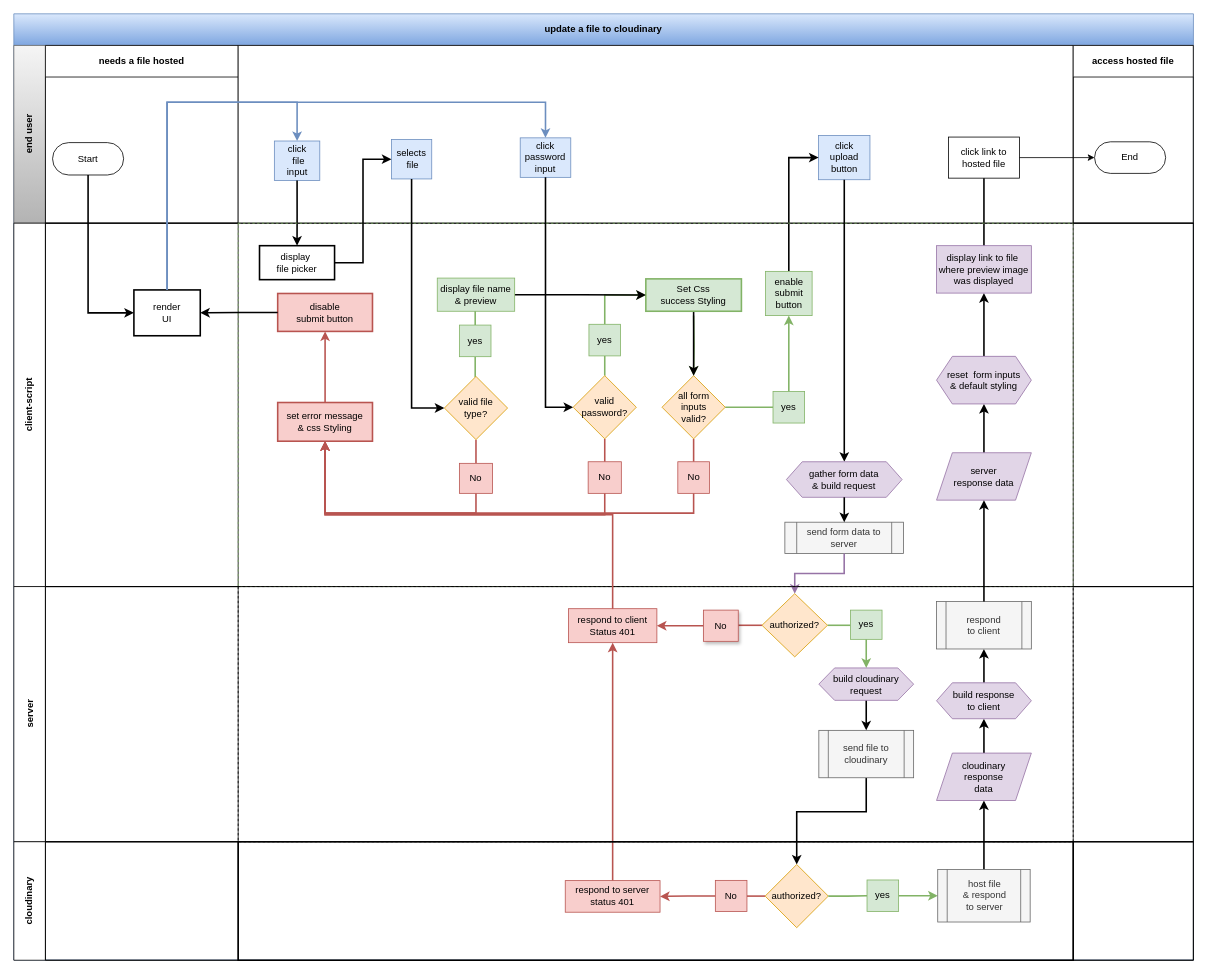
This is process.drawio from samuelfox1/cloudinary-multer-multimedia-uploader, a draw.io file, before an edit. Source tidied: cells renumbered, new cells numbered last; positions are measured from the earlier drawing's top-left corner, leaving out a move shared by most shapes. Both pictures are drawn from the tidied source at 79%, with x=0, y=0 at pixel (13, 13).
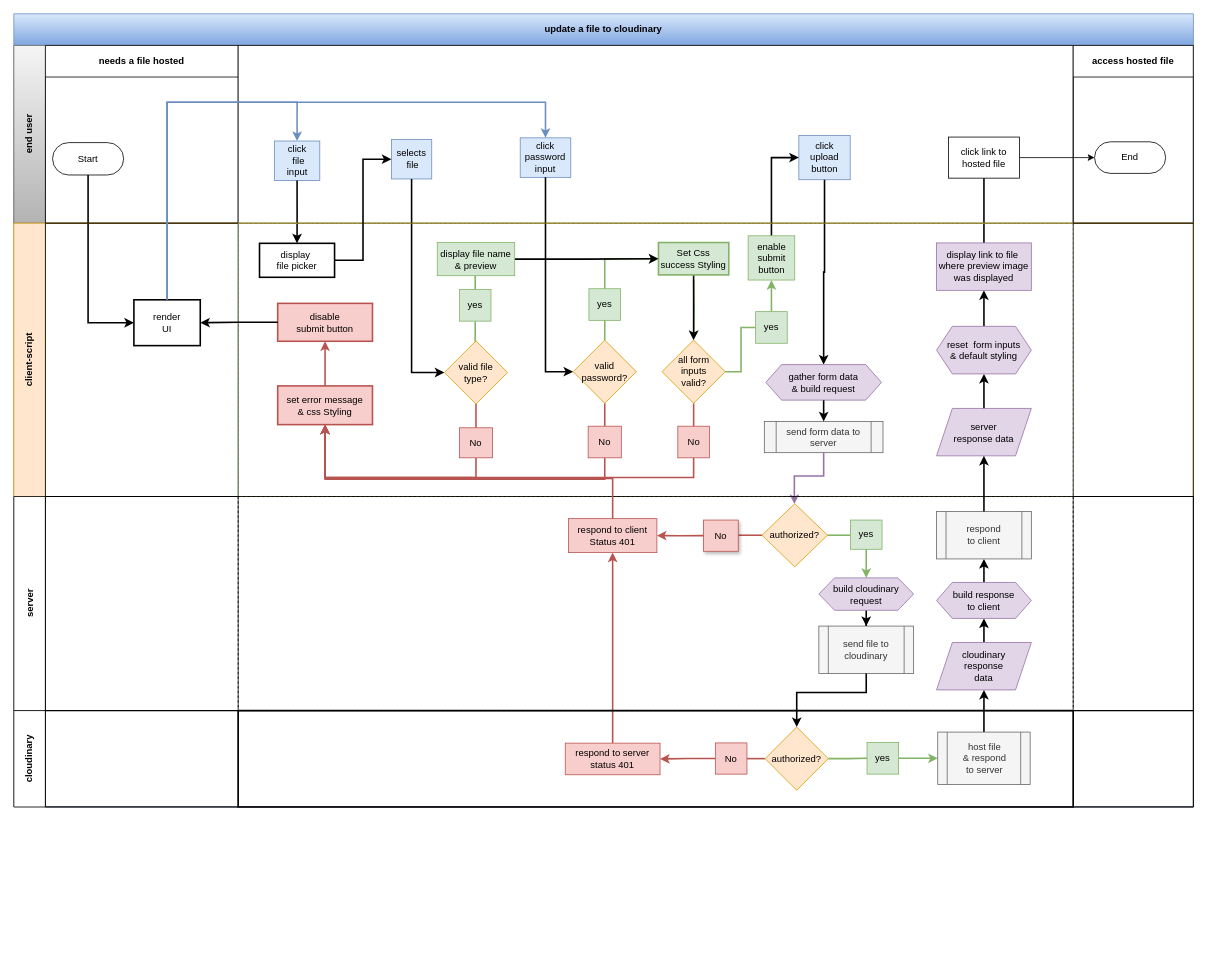
The same page after the edit.

The change refers to these unchanged cells:
```xml
<mxCell id="6" style="swimlane;startSize=225;html=1;whiteSpace=wrap;swimlaneLine=1;shadow=0;" parent="3" vertex="1">
  <mxGeometry x="284" width="1057" height="225" as="geometry" />
</mxCell>
<mxCell id="76" value="authorized?" style="rhombus;whiteSpace=wrap;html=1;rounded=0;shadow=0;glass=0;sketch=0;fillColor=#ffe6cc;strokeColor=#d79b00;" parent="73" vertex="1">
  <mxGeometry x="663" y="9" width="83" height="80" as="geometry" />
</mxCell>
<mxCell id="81" value="respond to client&lt;br&gt;Status 401" style="whiteSpace=wrap;html=1;fillColor=#f8cecc;strokeColor=#b85450;" parent="73" vertex="1">
  <mxGeometry x="418" y="28" width="112" height="43" as="geometry" />
</mxCell>
```

Diff of the diagram source:
```diff
@@
     <mxCell id="2" value="update a file to cloudinary" style="shape=table;childLayout=tableLayout;rowLines=0;columnLines=0;startSize=40;html=1;whiteSpace=wrap;fontStyle=1;strokeWidth=1;fillColor=#dae8fc;strokeColor=#6c8ebf;gradientColor=#7ea6e0;" parent="1" vertex="1">
-      <mxGeometry width="1493.2" height="1197.7" as="geometry" />
+      <mxGeometry width="1493.2" height="1003.6" as="geometry" />
     </mxCell>
@@
     <mxCell id="9" value="click &lt;br&gt;upload &lt;br&gt;button" style="rounded=0;whiteSpace=wrap;html=1;fillColor=#dae8fc;strokeColor=#6c8ebf;" parent="6" vertex="1">
-      <mxGeometry x="734.7" y="114" width="65" height="56" as="geometry" />
+      <mxGeometry x="709.7" y="114" width="65" height="56" as="geometry" />
     </mxCell>
@@
-    <mxCell id="22" value="client-script" style="swimlane;horizontal=0;startSize=40;html=1;whiteSpace=wrap;strokeWidth=1;" parent="2" vertex="1">
-      <mxGeometry y="265" width="1493.2" height="460" as="geometry" />
+    <mxCell id="22" value="client-script" style="swimlane;horizontal=0;startSize=40;html=1;whiteSpace=wrap;strokeWidth=1;fillColor=#ffe6cc;strokeColor=#d79b00;" parent="2" vertex="1">
+      <mxGeometry y="265" width="1493.2" height="346" as="geometry" />
     </mxCell>
     <mxCell id="23" style="swimlane;startSize=0;html=1;whiteSpace=wrap;" parent="22" vertex="1">
-      <mxGeometry x="40" width="244" height="460" as="geometry" />
+      <mxGeometry x="40" width="244" height="346" as="geometry" />
     </mxCell>
     <mxCell id="24" value="render&lt;br&gt;UI" style="whiteSpace=wrap;html=1;fixedSize=1;rounded=0;shadow=0;glass=0;sketch=0;strokeWidth=2;fillColor=default;gradientColor=none;" parent="23" vertex="1">
-      <mxGeometry x="112" y="84.5" width="84" height="58" as="geometry" />
+      <mxGeometry x="112" y="97" width="84" height="58" as="geometry" />
     </mxCell>
     <mxCell id="25" style="swimlane;startSize=0;html=1;whiteSpace=wrap;strokeWidth=1;dashed=1;fillColor=#d5e8d4;strokeColor=#82b366;" parent="22" vertex="1">
-      <mxGeometry x="284" width="1057" height="460" as="geometry" />
+      <mxGeometry x="284" width="1057" height="346" as="geometry" />
     </mxCell>
@@
     <mxCell id="28" value="valid file &lt;br&gt;type?" style="rhombus;whiteSpace=wrap;html=1;fillColor=#ffe6cc;strokeColor=#d79b00;" parent="25" vertex="1">
-      <mxGeometry x="261" y="194" width="80" height="80" as="geometry" />
+      <mxGeometry x="261" y="149" width="80" height="80" as="geometry" />
     </mxCell>
@@
     <mxCell id="31" value="all form&lt;br&gt;inputs&lt;br&gt;valid?" style="rhombus;whiteSpace=wrap;html=1;fillColor=#ffe6cc;strokeColor=#d79b00;" parent="25" vertex="1">
-      <mxGeometry x="536.5" y="193" width="80" height="80" as="geometry" />
+      <mxGeometry x="536.5" y="148" width="80" height="80" as="geometry" />
     </mxCell>
     <mxCell id="32" style="edgeStyle=orthogonalEdgeStyle;rounded=0;jettySize=auto;html=1;entryX=0.5;entryY=1;entryDx=0;entryDy=0;strokeColor=#b85450;strokeWidth=2;fillColor=#f8cecc;" parent="25" edge="1" source="33" target="57">
       <mxGeometry relative="1" as="geometry">
         <Array as="points">
-          <mxPoint x="577" y="367" />
-          <mxPoint x="110" y="367" />
+          <mxPoint x="577" y="322" />
+          <mxPoint x="110" y="322" />
         </Array>
       </mxGeometry>
     </mxCell>
     <mxCell id="33" value="No" style="whiteSpace=wrap;html=1;fillColor=#f8cecc;strokeColor=#b85450;" parent="25" vertex="1">
-      <mxGeometry x="556.5" y="302" width="40" height="40" as="geometry" />
+      <mxGeometry x="556.5" y="257" width="40" height="40" as="geometry" />
     </mxCell>
@@
     <mxCell id="35" value="yes" style="whiteSpace=wrap;html=1;fillColor=#d5e8d4;strokeColor=#82b366;" parent="25" vertex="1">
-      <mxGeometry x="677" y="213" width="40" height="40" as="geometry" />
+      <mxGeometry x="655" y="112" width="40" height="40" as="geometry" />
     </mxCell>
@@
     <mxCell id="38" value="valid&lt;br&gt;password?" style="rhombus;whiteSpace=wrap;html=1;fillColor=#ffe6cc;strokeColor=#d79b00;" parent="25" vertex="1">
-      <mxGeometry x="424" y="193" width="80" height="80" as="geometry" />
+      <mxGeometry x="424" y="148" width="80" height="80" as="geometry" />
     </mxCell>
     <mxCell id="39" style="edgeStyle=orthogonalEdgeStyle;rounded=0;jettySize=auto;html=1;exitX=0.5;exitY=1;exitDx=0;exitDy=0;entryX=0.5;entryY=1;entryDx=0;entryDy=0;strokeColor=#b85450;strokeWidth=2;fillColor=#f8cecc;" parent="25" edge="1" source="40" target="57">
       <mxGeometry relative="1" as="geometry">
         <Array as="points">
-          <mxPoint x="464" y="369" />
-          <mxPoint x="110" y="369" />
+          <mxPoint x="464" y="324" />
+          <mxPoint x="110" y="324" />
         </Array>
       </mxGeometry>
     </mxCell>
     <mxCell id="40" value="No" style="whiteSpace=wrap;html=1;fillColor=#f8cecc;strokeColor=#b85450;" parent="25" vertex="1">
-      <mxGeometry x="443" y="302" width="42" height="40" as="geometry" />
+      <mxGeometry x="443" y="257" width="42" height="40" as="geometry" />
     </mxCell>
@@
     <mxCell id="42" value="yes" style="whiteSpace=wrap;html=1;fillColor=#d5e8d4;strokeColor=#82b366;" parent="25" vertex="1">
-      <mxGeometry x="444" y="128" width="40" height="40" as="geometry" />
+      <mxGeometry x="444" y="83" width="40" height="40" as="geometry" />
     </mxCell>
     <mxCell id="43" style="edgeStyle=orthogonalEdgeStyle;rounded=0;jettySize=auto;html=1;exitX=0.5;exitY=1;exitDx=0;exitDy=0;entryX=0.5;entryY=1;entryDx=0;entryDy=0;strokeColor=#b85450;strokeWidth=2;fillColor=#f8cecc;" parent="25" edge="1" source="44" target="57">
       <mxGeometry relative="1" as="geometry">
         <Array as="points">
-          <mxPoint x="301" y="367" />
-          <mxPoint x="110" y="367" />
+          <mxPoint x="301" y="322" />
+          <mxPoint x="110" y="322" />
         </Array>
       </mxGeometry>
     </mxCell>
     <mxCell id="44" value="No" style="whiteSpace=wrap;html=1;fillColor=#f8cecc;strokeColor=#b85450;" parent="25" vertex="1">
-      <mxGeometry x="280" y="304" width="42" height="38" as="geometry" />
+      <mxGeometry x="280" y="259" width="42" height="38" as="geometry" />
     </mxCell>
@@
     <mxCell id="46" value="yes" style="whiteSpace=wrap;html=1;fillColor=#d5e8d4;strokeColor=#82b366;shadow=0;" parent="25" vertex="1">
-      <mxGeometry x="280" y="129" width="40" height="40" as="geometry" />
+      <mxGeometry x="280" y="84" width="40" height="40" as="geometry" />
     </mxCell>
     <mxCell id="47" style="edgeStyle=orthogonalEdgeStyle;rounded=0;jettySize=auto;html=1;exitX=0.5;exitY=1;exitDx=0;exitDy=0;strokeColor=#82b366;strokeWidth=2;fillColor=#d5e8d4;" parent="25" edge="1" target="31">
       <mxGeometry relative="1" as="geometry">
-        <mxPoint x="576.5" y="117" as="sourcePoint" />
+        <mxPoint x="576.5" y="72" as="sourcePoint" />
       </mxGeometry>
     </mxCell>
     <mxCell id="48" value="enable&lt;br&gt;submit&lt;br&gt;button" style="whiteSpace=wrap;html=1;fillColor=#d5e8d4;strokeColor=#82b366;shadow=0;sketch=0;" parent="25" vertex="1">
-      <mxGeometry x="667.5" y="61" width="59" height="56" as="geometry" />
+      <mxGeometry x="645.5" y="16" width="59" height="56" as="geometry" />
     </mxCell>
     <mxCell id="49" value="send form data to server" style="shape=process;whiteSpace=wrap;html=1;backgroundOutline=1;rounded=0;fillColor=#f5f5f5;fontColor=#333333;strokeColor=#666666;" parent="25" vertex="1">
-      <mxGeometry x="692" y="378.5" width="150.2" height="39.5" as="geometry" />
+      <mxGeometry x="666" y="251" width="150.2" height="39.5" as="geometry" />
     </mxCell>
     <mxCell id="50" value="gather form data&lt;br&gt;&amp;amp; build request" style="shape=hexagon;perimeter=hexagonPerimeter2;whiteSpace=wrap;html=1;fixedSize=1;rounded=0;shadow=0;glass=0;sketch=0;strokeWidth=1;fillColor=#e1d5e7;strokeColor=#9673a6;" parent="25" vertex="1">
-      <mxGeometry x="694" y="302" width="146.4" height="45" as="geometry" />
+      <mxGeometry x="667.9" y="179" width="146.4" height="45" as="geometry" />
     </mxCell>
@@
     <mxCell id="53" value="server &lt;br&gt;response data" style="shape=parallelogram;perimeter=parallelogramPerimeter;whiteSpace=wrap;html=1;fixedSize=1;fillColor=#e1d5e7;strokeColor=#9673a6;rounded=0;shadow=0;glass=0;sketch=0;strokeWidth=1;" parent="25" vertex="1">
-      <mxGeometry x="884" y="290.6" width="120" height="60" as="geometry" />
+      <mxGeometry x="884" y="234.5" width="120" height="60" as="geometry" />
     </mxCell>
@@
     <mxCell id="55" value="&lt;font face=&quot;helvetica&quot;&gt;Set Css&lt;br&gt;success Styling&lt;br&gt;&lt;/font&gt;" style="whiteSpace=wrap;html=1;fixedSize=1;rounded=0;shadow=0;glass=0;sketch=0;strokeWidth=2;fillColor=#d5e8d4;strokeColor=#82b366;" parent="25" vertex="1">
-      <mxGeometry x="516" y="70.5" width="121" height="41" as="geometry" />
+      <mxGeometry x="532" y="24.5" width="89" height="41" as="geometry" />
     </mxCell>
@@
     <mxCell id="57" value="set error message&lt;br&gt;&amp;amp; css Styling" style="whiteSpace=wrap;html=1;fixedSize=1;rounded=0;shadow=0;glass=0;sketch=0;strokeWidth=2;fillColor=#f8cecc;strokeColor=#b85450;" parent="25" vertex="1">
-      <mxGeometry x="50" y="227" width="120" height="49" as="geometry" />
+      <mxGeometry x="50" y="206" width="120" height="49" as="geometry" />
     </mxCell>
     <mxCell id="58" value="disable&lt;br&gt;submit button" style="whiteSpace=wrap;html=1;fixedSize=1;rounded=0;shadow=0;glass=0;sketch=0;strokeWidth=2;fillColor=#f8cecc;strokeColor=#b85450;" parent="25" vertex="1">
-      <mxGeometry x="50" y="89" width="120" height="48" as="geometry" />
+      <mxGeometry x="50" y="101.5" width="120" height="48" as="geometry" />
     </mxCell>
     <mxCell id="59" value="display&amp;nbsp;&lt;br&gt;file picker" style="whiteSpace=wrap;html=1;fixedSize=1;rounded=0;shadow=0;glass=0;sketch=0;strokeWidth=2;fillColor=default;gradientColor=none;" parent="25" vertex="1">
-      <mxGeometry x="27" y="28.5" width="95" height="43" as="geometry" />
+      <mxGeometry x="27" y="25.5" width="95" height="43" as="geometry" />
     </mxCell>
@@
     <mxCell id="61" value="reset&amp;nbsp; form inputs&lt;br&gt;&amp;amp; default styling" style="shape=hexagon;perimeter=hexagonPerimeter2;whiteSpace=wrap;html=1;fixedSize=1;fillColor=#e1d5e7;strokeColor=#9673a6;rounded=0;shadow=0;glass=0;sketch=0;strokeWidth=1;" parent="25" vertex="1">
-      <mxGeometry x="884" y="168.6" width="120" height="60.2" as="geometry" />
+      <mxGeometry x="884" y="130.6" width="120" height="60.2" as="geometry" />
     </mxCell>
     <mxCell id="62" value="display link to file&amp;nbsp;&lt;br&gt;where preview image&lt;br&gt;was displayed" style="whiteSpace=wrap;html=1;fillColor=#e1d5e7;strokeColor=#9673a6;rounded=0;shadow=0;glass=0;sketch=0;strokeWidth=1;" parent="25" vertex="1">
-      <mxGeometry x="884" y="28.5" width="120" height="60" as="geometry" />
+      <mxGeometry x="884" y="25" width="120" height="60" as="geometry" />
     </mxCell>
@@
     <mxCell id="64" value="display file name &amp;amp; preview" style="whiteSpace=wrap;html=1;fillColor=#d5e8d4;strokeColor=#82b366;shadow=0;" parent="25" vertex="1">
-      <mxGeometry x="252" y="69.5" width="98" height="42" as="geometry" />
+      <mxGeometry x="252" y="24.5" width="98" height="42" as="geometry" />
     </mxCell>
     <mxCell id="65" style="swimlane;startSize=0;html=1;whiteSpace=wrap;" parent="22" vertex="1">
-      <mxGeometry x="1341" width="152" height="460" as="geometry" />
+      <mxGeometry x="1341" width="152" height="346" as="geometry" />
     </mxCell>
@@
     <mxCell id="67" style="edgeStyle=orthogonalEdgeStyle;jettySize=auto;html=1;exitX=0.5;exitY=1;exitDx=0;exitDy=0;strokeWidth=2;fillColor=#e1d5e7;strokeColor=#9673a6;rounded=0;" parent="2" edge="1" source="49" target="76">
-      <mxGeometry relative="1" as="geometry" />
+      <mxGeometry relative="1" as="geometry">
+        <Array as="points">
+          <mxPoint x="1025" y="585" />
+          <mxPoint x="988" y="585" />
+        </Array>
+      </mxGeometry>
     </mxCell>
@@
-    <mxCell id="69" style="edgeStyle=orthogonalEdgeStyle;rounded=0;jettySize=auto;html=1;strokeColor=#000000;strokeWidth=2;fillColor=#d5e8d4;entryX=0.5;entryY=0;entryDx=0;entryDy=0;" parent="2" edge="1" target="95">
-      <mxGeometry relative="1" as="geometry">
-        <mxPoint x="1079" y="967" as="sourcePoint" />
-        <Array as="points">
-          <mxPoint x="1079" y="1010" />
-          <mxPoint x="991" y="1010" />
-        </Array>
-      </mxGeometry>
-    </mxCell>
@@
     <mxCell id="71" value="server" style="swimlane;horizontal=0;startSize=40;html=1;whiteSpace=wrap;swimlaneFillColor=none;gradientColor=none;fillColor=default;" parent="2" vertex="1">
-      <mxGeometry y="725" width="1493.2" height="323" as="geometry" />
+      <mxGeometry y="611" width="1493.2" height="271" as="geometry" />
     </mxCell>
     <mxCell id="72" style="swimlane;startSize=0;html=1;whiteSpace=wrap;" parent="71" vertex="1">
-      <mxGeometry x="40" width="244" height="323" as="geometry" />
+      <mxGeometry x="40" width="244" height="271" as="geometry" />
     </mxCell>
     <mxCell id="73" style="swimlane;startSize=0;html=1;whiteSpace=wrap;perimeter=trianglePerimeter;strokeWidth=1;dashed=1;" parent="71" vertex="1">
-      <mxGeometry x="284" width="1057" height="323" as="geometry" />
+      <mxGeometry x="284" width="1057" height="271" as="geometry" />
     </mxCell>
@@
     <mxCell id="82" value="send file to cloudinary" style="shape=process;whiteSpace=wrap;html=1;backgroundOutline=1;fillColor=#f5f5f5;strokeColor=#666666;fontColor=#333333;" parent="73" vertex="1">
-      <mxGeometry x="735" y="182" width="120" height="60" as="geometry" />
+      <mxGeometry x="735" y="164" width="120" height="60" as="geometry" />
     </mxCell>
@@
     <mxCell id="86" value="cloudinary&lt;br&gt;response&lt;br&gt;data" style="shape=parallelogram;perimeter=parallelogramPerimeter;whiteSpace=wrap;html=1;fixedSize=1;fillColor=#e1d5e7;strokeColor=#9673a6;rounded=0;shadow=0;glass=0;sketch=0;strokeWidth=1;" parent="73" vertex="1">
-      <mxGeometry x="884" y="210.8" width="120" height="60" as="geometry" />
+      <mxGeometry x="884" y="184.8" width="120" height="60" as="geometry" />
     </mxCell>
@@
     <mxCell id="88" value="build response&lt;br&gt;to client" style="shape=hexagon;perimeter=hexagonPerimeter2;whiteSpace=wrap;html=1;fixedSize=1;fillColor=#e1d5e7;strokeColor=#9673a6;rounded=0;shadow=0;glass=0;sketch=0;strokeWidth=1;" parent="73" vertex="1">
-      <mxGeometry x="884" y="121.8" width="120" height="45.5" as="geometry" />
+      <mxGeometry x="884" y="108.8" width="120" height="45.5" as="geometry" />
     </mxCell>
@@
     <mxCell id="90" style="swimlane;startSize=0;html=1;whiteSpace=wrap;" parent="71" vertex="1">
-      <mxGeometry x="1341" width="152" height="323" as="geometry" />
+      <mxGeometry x="1341" width="152" height="271" as="geometry" />
     </mxCell>
     <mxCell id="91" value="cloudinary" style="swimlane;horizontal=0;startSize=40;html=1;whiteSpace=wrap;swimlaneFillColor=none;gradientColor=none;fillColor=default;" parent="2" vertex="1">
-      <mxGeometry y="1048" width="1493.2" height="150" as="geometry" />
+      <mxGeometry y="882" width="1493.2" height="122" as="geometry" />
     </mxCell>
     <mxCell id="92" style="swimlane;startSize=0;html=1;whiteSpace=wrap;" parent="91" vertex="1">
-      <mxGeometry x="40" width="244" height="150" as="geometry" />
+      <mxGeometry x="40" width="244" height="122" as="geometry" />
     </mxCell>
     <mxCell id="93" style="swimlane;startSize=0;html=1;whiteSpace=wrap;strokeWidth=2;" parent="91" vertex="1">
-      <mxGeometry x="284" width="1057" height="150" as="geometry" />
+      <mxGeometry x="284" width="1057" height="122" as="geometry" />
     </mxCell>
@@
     <mxCell id="95" value="authorized?" style="rhombus;whiteSpace=wrap;html=1;rounded=0;shadow=0;glass=0;sketch=0;fillColor=#ffe6cc;strokeColor=#d79b00;" parent="93" vertex="1">
-      <mxGeometry x="667" y="28.8" width="80" height="80" as="geometry" />
+      <mxGeometry x="667" y="20.8" width="80" height="80" as="geometry" />
     </mxCell>
@@
     <mxCell id="97" value="yes" style="whiteSpace=wrap;html=1;fillColor=#d5e8d4;strokeColor=#82b366;" parent="93" vertex="1">
-      <mxGeometry x="796" y="48.4" width="40" height="40" as="geometry" />
+      <mxGeometry x="796" y="40.4" width="40" height="40" as="geometry" />
     </mxCell>
@@
     <mxCell id="100" value="No" style="whiteSpace=wrap;html=1;fillColor=#f8cecc;strokeColor=#b85450;" parent="93" vertex="1">
-      <mxGeometry x="604" y="48.9" width="40" height="39.5" as="geometry" />
+      <mxGeometry x="604" y="40.9" width="40" height="39.5" as="geometry" />
     </mxCell>
     <mxCell id="101" value="host file&lt;br&gt;&amp;amp; respond &lt;br&gt;to server" style="shape=process;whiteSpace=wrap;html=1;backgroundOutline=1;rounded=0;shadow=0;glass=0;sketch=0;strokeWidth=1;fillColor=#f5f5f5;fontColor=#333333;strokeColor=#666666;" parent="93" vertex="1">
-      <mxGeometry x="885.5" y="35.2" width="117" height="66.4" as="geometry" />
+      <mxGeometry x="885.5" y="27.2" width="117" height="66.4" as="geometry" />
     </mxCell>
     <mxCell id="102" value="respond to server&lt;br&gt;status 401&lt;br&gt;" style="whiteSpace=wrap;html=1;fillColor=#f8cecc;strokeColor=#b85450;" parent="93" vertex="1">
-      <mxGeometry x="414" y="49.2" width="120" height="40" as="geometry" />
+      <mxGeometry x="414" y="41.2" width="120" height="40" as="geometry" />
     </mxCell>
     <mxCell id="103" style="swimlane;startSize=0;html=1;whiteSpace=wrap;" parent="91" vertex="1">
-      <mxGeometry x="1341" width="152" height="150" as="geometry" />
+      <mxGeometry x="1341" width="152" height="122" as="geometry" />
     </mxCell>
@@
     <mxCell id="106" style="edgeStyle=orthogonalEdgeStyle;rounded=0;jettySize=auto;html=1;exitX=0.5;exitY=0;exitDx=0;exitDy=0;entryX=0.5;entryY=1;entryDx=0;entryDy=0;strokeColor=#b85450;strokeWidth=2;fillColor=#f8cecc;" parent="2" edge="1" source="81" target="57">
       <mxGeometry relative="1" as="geometry">
         <Array as="points">
-          <mxPoint x="758" y="634" />
-          <mxPoint x="394" y="634" />
+          <mxPoint x="758" y="588" />
+          <mxPoint x="394" y="588" />
         </Array>
       </mxGeometry>
     </mxCell>
@@
+    <mxCell id="109" style="edgeStyle=orthogonalEdgeStyle;rounded=0;jettySize=auto;html=1;exitX=0.5;exitY=1;exitDx=0;exitDy=0;endArrow=classic;endFill=1;strokeColor=#000000;strokeWidth=2;" parent="2" edge="1" source="82" target="95">
+      <mxGeometry relative="1" as="geometry">
+        <Array as="points">
+          <mxPoint x="1079" y="859" />
+          <mxPoint x="991" y="859" />
+        </Array>
+      </mxGeometry>
+    </mxCell>
```
